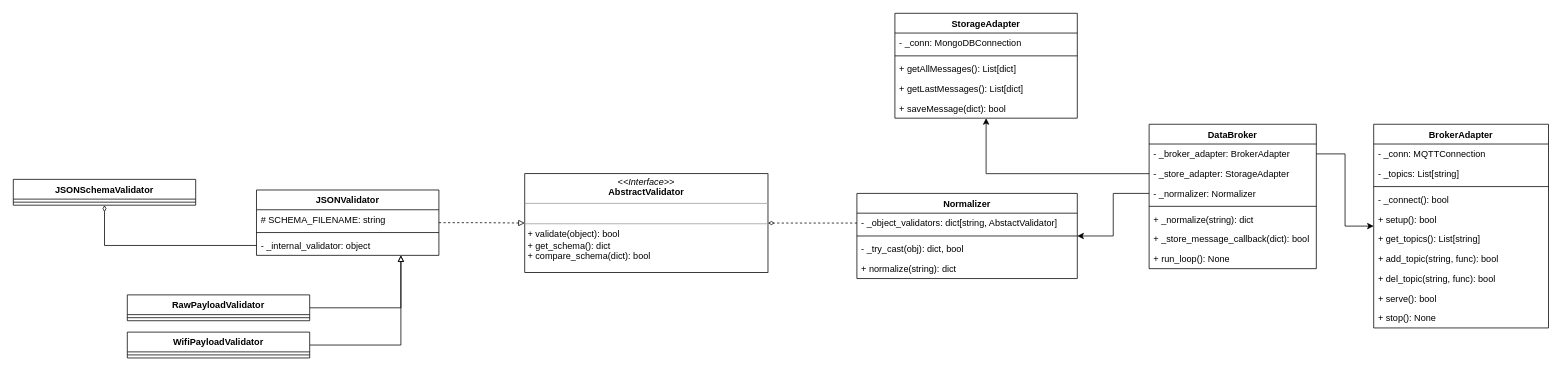
Before: page "Page-2" (2 of 2) of code/databroker/schemes/ClassDiagram.drawio in Kirkirillka/GPS_Tracker, a draw.io diagram. Source tidied: cells renumbered, new cells numbered last; positions are measured from the earlier drawing's top-left corner, leaving out a move shared by most shapes. Both pictures are drawn from the tidied source at 76%, with x=0, y=0 at pixel (13, 13).
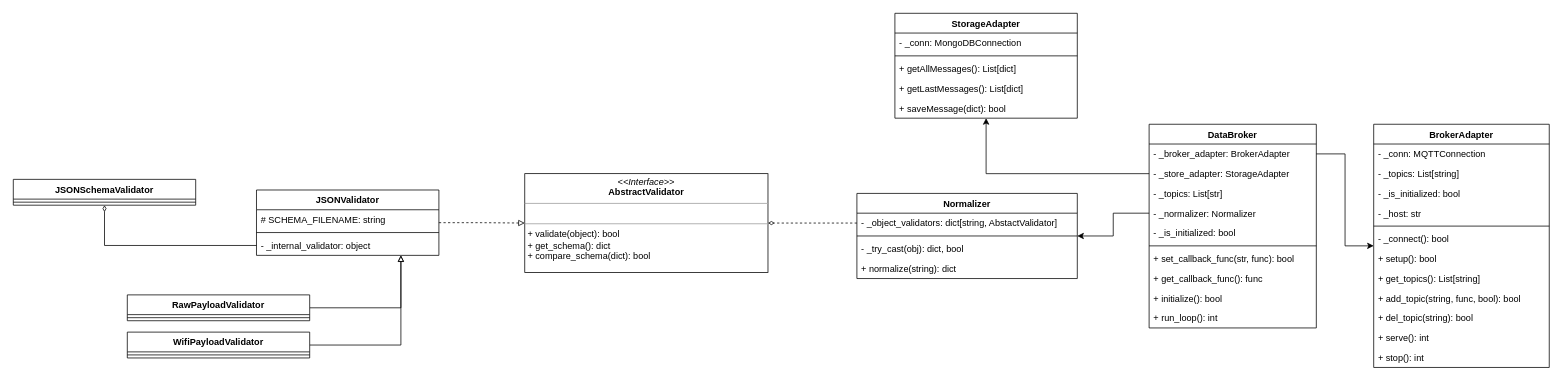
The same page after the edit.

Commit message (it also covers changes not shown here):
New version for DataBroker, BrokerAdapter, Normalizer. UML Scheme updated.

The edit, as a diff of the source:
```diff
@@
     <mxCell id="2" value="DataBroker" style="swimlane;fontStyle=1;align=center;verticalAlign=top;horizontal=1;startSize=26;" parent="1" vertex="1">
-      <mxGeometry x="1494.5" y="146" width="220" height="190" as="geometry" />
+      <mxGeometry x="1494.5" y="146" width="220" height="268" as="geometry" />
     </mxCell>
@@
+    <mxCell id="51" value="- _topics: List[str]" style="text;strokeColor=none;fillColor=none;align=left;verticalAlign=top;spacingLeft=4;spacingRight=4;overflow=hidden;" parent="2" vertex="1">
+      <mxGeometry y="78" width="220" height="26" as="geometry" />
+    </mxCell>
     <mxCell id="5" value="- _normalizer: Normalizer" style="text;strokeColor=none;fillColor=none;align=left;verticalAlign=top;spacingLeft=4;spacingRight=4;overflow=hidden;points=[[0,0.5],[1,0.5]];portConstraint=eastwest;" parent="2" vertex="1">
-      <mxGeometry y="78" width="220" height="26" as="geometry" />
+      <mxGeometry y="104" width="220" height="26" as="geometry" />
     </mxCell>
+    <mxCell id="52" value="- _is_initialized: bool&#10;" style="text;strokeColor=none;fillColor=none;align=left;verticalAlign=top;spacingLeft=4;spacingRight=4;overflow=hidden;" parent="2" vertex="1">
+      <mxGeometry y="130" width="220" height="26" as="geometry" />
+    </mxCell>
     <mxCell id="6" style="line;strokeWidth=1;fillColor=none;align=left;verticalAlign=middle;spacingTop=-1;spacingLeft=3;spacingRight=3;labelPosition=right;" parent="2" vertex="1">
-      <mxGeometry y="104" width="220" height="8" as="geometry" />
+      <mxGeometry y="156" width="220" height="8" as="geometry" />
     </mxCell>
-    <mxCell id="7" value="+ _normalize(string): dict" style="text;strokeColor=none;fillColor=none;align=left;verticalAlign=top;spacingLeft=4;spacingRight=4;overflow=hidden;" parent="2" vertex="1">
-      <mxGeometry y="112" width="220" height="26" as="geometry" />
-    </mxCell>
+    <mxCell id="53" value="+ set_callback_func(str, func): bool" style="text;strokeColor=none;fillColor=none;align=left;verticalAlign=top;spacingLeft=4;spacingRight=4;overflow=hidden;" parent="2" vertex="1">
+      <mxGeometry y="164" width="220" height="26" as="geometry" />
+    </mxCell>
-    <mxCell id="8" value="+ _store_message_callback(dict): bool" style="text;strokeColor=none;fillColor=none;align=left;verticalAlign=top;spacingLeft=4;spacingRight=4;overflow=hidden;" parent="2" vertex="1">
-      <mxGeometry y="138" width="220" height="26" as="geometry" />
+    <mxCell id="8" value="+ get_callback_func(): func" style="text;strokeColor=none;fillColor=none;align=left;verticalAlign=top;spacingLeft=4;spacingRight=4;overflow=hidden;" parent="2" vertex="1">
+      <mxGeometry y="190" width="220" height="26" as="geometry" />
     </mxCell>
+    <mxCell id="54" value="+ initialize(): bool" style="text;strokeColor=none;fillColor=none;align=left;verticalAlign=top;spacingLeft=4;spacingRight=4;overflow=hidden;" parent="2" vertex="1">
+      <mxGeometry y="216" width="220" height="26" as="geometry" />
+    </mxCell>
-    <mxCell id="9" value="+ run_loop(): None" style="text;strokeColor=none;fillColor=none;align=left;verticalAlign=top;spacingLeft=4;spacingRight=4;overflow=hidden;" parent="2" vertex="1">
-      <mxGeometry y="164" width="220" height="26" as="geometry" />
+    <mxCell id="9" value="+ run_loop(): int" style="text;strokeColor=none;fillColor=none;align=left;verticalAlign=top;spacingLeft=4;spacingRight=4;overflow=hidden;" parent="2" vertex="1">
+      <mxGeometry y="242" width="220" height="26" as="geometry" />
     </mxCell>
     <mxCell id="10" value="BrokerAdapter" style="swimlane;fontStyle=1;align=center;verticalAlign=top;horizontal=1;startSize=26;" parent="1" vertex="1">
-      <mxGeometry x="1790" y="146" width="230" height="268" as="geometry" />
+      <mxGeometry x="1790" y="146" width="231" height="320" as="geometry" />
     </mxCell>
     <mxCell id="11" value="- _conn: MQTTConnection&#10;" style="text;strokeColor=none;fillColor=none;align=left;verticalAlign=top;spacingLeft=4;spacingRight=4;overflow=hidden;" parent="10" vertex="1">
-      <mxGeometry y="26" width="230" height="26" as="geometry" />
+      <mxGeometry y="26" width="231" height="26" as="geometry" />
     </mxCell>
     <mxCell id="12" value="- _topics: List[string]&#10;" style="text;strokeColor=none;fillColor=none;align=left;verticalAlign=top;spacingLeft=4;spacingRight=4;overflow=hidden;" parent="10" vertex="1">
-      <mxGeometry y="52" width="230" height="26" as="geometry" />
+      <mxGeometry y="52" width="231" height="26" as="geometry" />
     </mxCell>
+    <mxCell id="55" value="- _is_initialized: bool&#10;" style="text;strokeColor=none;fillColor=none;align=left;verticalAlign=top;spacingLeft=4;spacingRight=4;overflow=hidden;" parent="10" vertex="1">
+      <mxGeometry y="78" width="231" height="26" as="geometry" />
+    </mxCell>
+    <mxCell id="56" value="- _host: str&#10;" style="text;strokeColor=none;fillColor=none;align=left;verticalAlign=top;spacingLeft=4;spacingRight=4;overflow=hidden;" parent="10" vertex="1">
+      <mxGeometry y="104" width="231" height="26" as="geometry" />
+    </mxCell>
     <mxCell id="13" style="line;strokeWidth=1;fillColor=none;align=left;verticalAlign=middle;spacingTop=-1;spacingLeft=3;spacingRight=3;labelPosition=right;" parent="10" vertex="1">
-      <mxGeometry y="78" width="230" height="8" as="geometry" />
+      <mxGeometry y="130" width="231" height="8" as="geometry" />
     </mxCell>
     <mxCell id="14" value="- _connect(): bool" style="text;strokeColor=none;fillColor=none;align=left;verticalAlign=top;spacingLeft=4;spacingRight=4;overflow=hidden;" parent="10" vertex="1">
-      <mxGeometry y="86" width="230" height="26" as="geometry" />
+      <mxGeometry y="138" width="231" height="26" as="geometry" />
     </mxCell>
     <mxCell id="15" value="+ setup(): bool" style="text;strokeColor=none;fillColor=none;align=left;verticalAlign=top;spacingLeft=4;spacingRight=4;overflow=hidden;" parent="10" vertex="1">
-      <mxGeometry y="112" width="230" height="26" as="geometry" />
+      <mxGeometry y="164" width="231" height="26" as="geometry" />
     </mxCell>
     <mxCell id="16" value="+ get_topics(): List[string]" style="text;strokeColor=none;fillColor=none;align=left;verticalAlign=top;spacingLeft=4;spacingRight=4;overflow=hidden;" parent="10" vertex="1">
-      <mxGeometry y="138" width="230" height="26" as="geometry" />
+      <mxGeometry y="190" width="231" height="26" as="geometry" />
     </mxCell>
-    <mxCell id="17" value="+ add_topic(string, func): bool" style="text;strokeColor=none;fillColor=none;align=left;verticalAlign=top;spacingLeft=4;spacingRight=4;overflow=hidden;" parent="10" vertex="1">
-      <mxGeometry y="164" width="230" height="26" as="geometry" />
+    <mxCell id="17" value="+ add_topic(string, func, bool): bool" style="text;strokeColor=none;fillColor=none;align=left;verticalAlign=top;spacingLeft=4;spacingRight=4;overflow=hidden;" parent="10" vertex="1">
+      <mxGeometry y="216" width="231" height="26" as="geometry" />
     </mxCell>
-    <mxCell id="18" value="+ del_topic(string, func): bool" style="text;strokeColor=none;fillColor=none;align=left;verticalAlign=top;spacingLeft=4;spacingRight=4;overflow=hidden;" parent="10" vertex="1">
-      <mxGeometry y="190" width="230" height="26" as="geometry" />
+    <mxCell id="18" value="+ del_topic(string): bool" style="text;strokeColor=none;fillColor=none;align=left;verticalAlign=top;spacingLeft=4;spacingRight=4;overflow=hidden;" parent="10" vertex="1">
+      <mxGeometry y="242" width="231" height="26" as="geometry" />
     </mxCell>
-    <mxCell id="19" value="+ serve(): bool" style="text;strokeColor=none;fillColor=none;align=left;verticalAlign=top;spacingLeft=4;spacingRight=4;overflow=hidden;" parent="10" vertex="1">
-      <mxGeometry y="216" width="230" height="26" as="geometry" />
+    <mxCell id="19" value="+ serve(): int" style="text;strokeColor=none;fillColor=none;align=left;verticalAlign=top;spacingLeft=4;spacingRight=4;overflow=hidden;" parent="10" vertex="1">
+      <mxGeometry y="268" width="231" height="26" as="geometry" />
     </mxCell>
-    <mxCell id="20" value="+ stop(): None&#10;" style="text;strokeColor=none;fillColor=none;align=left;verticalAlign=top;spacingLeft=4;spacingRight=4;overflow=hidden;" parent="10" vertex="1">
-      <mxGeometry y="242" width="230" height="26" as="geometry" />
+    <mxCell id="20" value="+ stop(): int&#10;" style="text;strokeColor=none;fillColor=none;align=left;verticalAlign=top;spacingLeft=4;spacingRight=4;overflow=hidden;" parent="10" vertex="1">
+      <mxGeometry y="294" width="231" height="26" as="geometry" />
     </mxCell>
```
